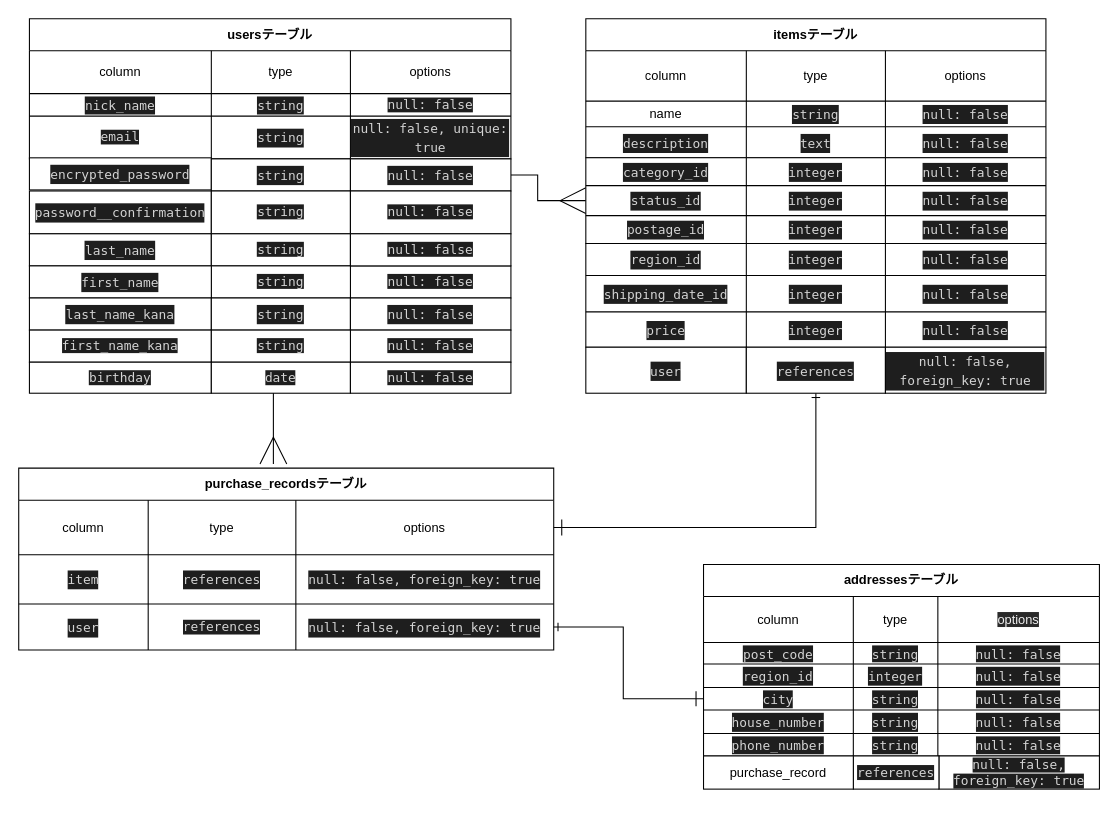
Above: test.dio in Evoke0118/furima-32390 (draw.io), before the change. Source tidied: cells renumbered, new cells numbered last; positions are measured from the earlier drawing's top-left corner, leaving out a move shared by most shapes. Both pictures are drawn from the tidied source at 107%, with x=0, y=0 at pixel (18, 18).
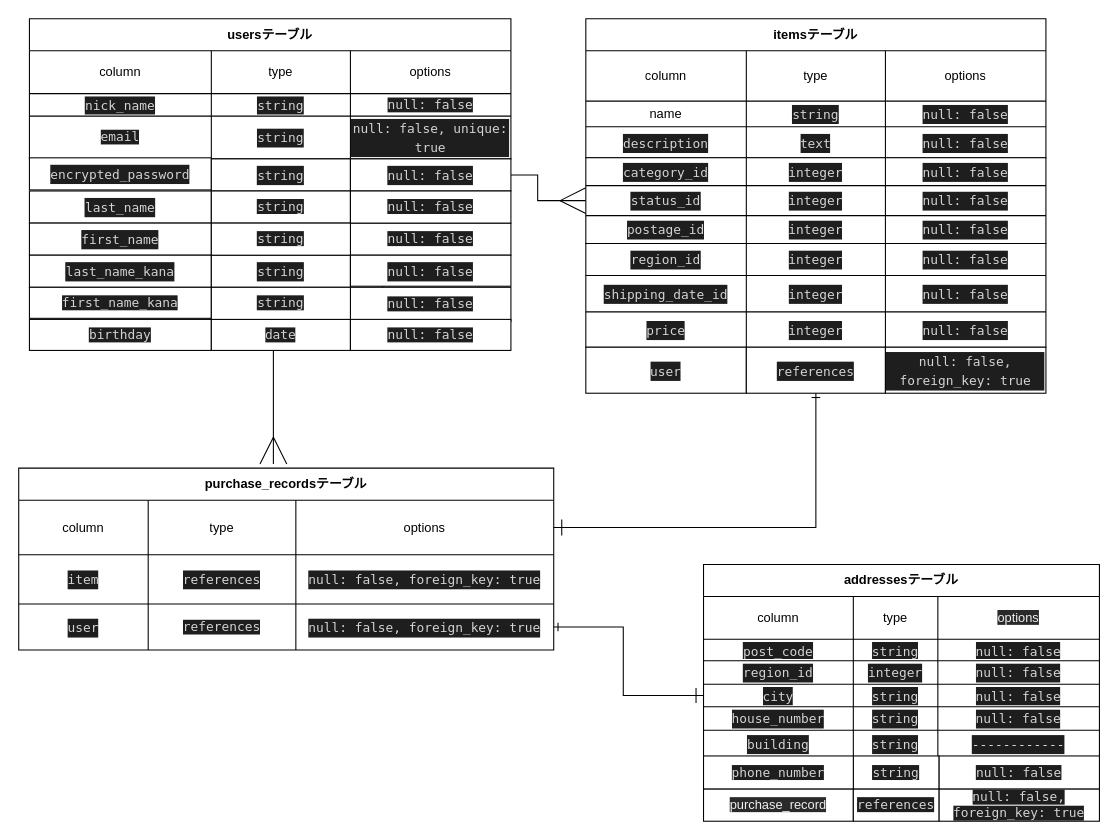
The same page after the edit.

Commit message (it also covers changes not shown here):
データベース設計４

The change refers to these unchanged cells:
```xml
<mxCell id="15" value="purchase_recordsテーブル" style="shape=table;html=1;whiteSpace=wrap;startSize=30;childLayout=tableLayout;fontStyle=1;align=center;" parent="1" vertex="1">
  <mxGeometry y="420" width="500" height="170" as="geometry" />
</mxCell>
<mxCell id="16" style="shape=partialRectangle;html=1;whiteSpace=wrap;fillColor=none;top=0;left=0;bottom=0;right=0;points=[[0,0.5],[1,0.5]];portConstraint=eastwest;" parent="15" vertex="1">
  <mxGeometry y="30" width="500" height="51" as="geometry" />
</mxCell>
<mxCell id="99" value="&lt;div style=&quot;color: rgb(212 , 212 , 212) ; background-color: rgb(30 , 30 , 30) ; font-family: &amp;#34;menlo&amp;#34; , &amp;#34;monaco&amp;#34; , &amp;#34;courier new&amp;#34; , monospace ; line-height: 18px&quot;&gt;references&lt;br&gt;&lt;/div&gt;" style="rounded=0;whiteSpace=wrap;html=1;" parent="1" vertex="1">
  <mxGeometry x="680" y="307" width="130" height="43" as="geometry" />
</mxCell>
```

Diff of the diagram source:
```diff
@@
     <mxCell id="41" value="addressesテーブル" style="shape=table;html=1;whiteSpace=wrap;startSize=30;childLayout=tableLayout;fontStyle=1;align=center;" parent="1" vertex="1">
-      <mxGeometry x="640" y="510" width="370" height="179" as="geometry" />
+      <mxGeometry x="640" y="510" width="370" height="180" as="geometry" />
     </mxCell>
     <mxCell id="42" style="shape=partialRectangle;html=1;whiteSpace=wrap;fillColor=none;top=0;left=0;bottom=0;right=0;" parent="41" vertex="1">
-      <mxGeometry y="30" width="370" height="43" as="geometry" />
+      <mxGeometry y="30" width="370" height="40" as="geometry" />
     </mxCell>
     <mxCell id="43" value="&lt;span&gt;column&lt;/span&gt;" style="shape=partialRectangle;html=1;whiteSpace=wrap;fillColor=none;top=0;left=0;bottom=0;right=0;overflow=hidden;" parent="42" vertex="1">
-      <mxGeometry width="140" height="43" as="geometry" />
+      <mxGeometry width="140" height="40" as="geometry" />
     </mxCell>
     <mxCell id="44" value="&lt;span&gt;type&lt;/span&gt;" style="shape=partialRectangle;html=1;whiteSpace=wrap;fillColor=none;top=0;left=0;bottom=0;right=0;overflow=hidden;" parent="42" vertex="1">
-      <mxGeometry x="140" width="79" height="43" as="geometry" />
+      <mxGeometry x="140" width="79" height="40" as="geometry" />
     </mxCell>
     <mxCell id="45" value="&lt;span style=&quot;color: rgb(240, 240, 240); font-family: helvetica; font-size: 12px; font-style: normal; font-weight: 400; letter-spacing: normal; text-align: center; text-indent: 0px; text-transform: none; word-spacing: 0px; background-color: rgb(42, 42, 42); display: inline; float: none;&quot;&gt;options&lt;/span&gt;" style="shape=partialRectangle;html=1;whiteSpace=wrap;fillColor=none;top=0;left=0;bottom=0;right=0;overflow=hidden;" parent="42" vertex="1">
-      <mxGeometry x="219" width="151" height="43" as="geometry" />
+      <mxGeometry x="219" width="151" height="40" as="geometry" />
     </mxCell>
     <mxCell id="46" style="shape=partialRectangle;html=1;whiteSpace=wrap;fillColor=none;top=0;left=0;bottom=0;right=0;" parent="41" vertex="1">
-      <mxGeometry y="73" width="370" height="20" as="geometry" />
+      <mxGeometry y="70" width="370" height="20" as="geometry" />
     </mxCell>
@@
     <mxCell id="50" style="shape=partialRectangle;html=1;whiteSpace=wrap;fillColor=none;top=0;left=0;bottom=0;right=0;" parent="41" vertex="1">
-      <mxGeometry y="93" width="370" height="22" as="geometry" />
+      <mxGeometry y="90" width="370" height="22" as="geometry" />
     </mxCell>
@@
     <mxCell id="54" style="shape=partialRectangle;html=1;whiteSpace=wrap;fillColor=none;top=0;left=0;bottom=0;right=0;points=[[0,0.5],[1,0.5]];portConstraint=eastwest;" parent="41" vertex="1">
-      <mxGeometry y="115" width="370" height="21" as="geometry" />
+      <mxGeometry y="112" width="370" height="21" as="geometry" />
     </mxCell>
@@
     <mxCell id="58" style="shape=partialRectangle;html=1;whiteSpace=wrap;fillColor=none;top=0;left=0;bottom=0;right=0;" parent="41" vertex="1">
-      <mxGeometry y="136" width="370" height="22" as="geometry" />
+      <mxGeometry y="133" width="370" height="22" as="geometry" />
     </mxCell>
@@
     <mxCell id="62" style="shape=partialRectangle;html=1;whiteSpace=wrap;fillColor=none;top=0;left=0;bottom=0;right=0;" parent="41" vertex="1">
-      <mxGeometry y="158" width="370" height="21" as="geometry" />
+      <mxGeometry y="155" width="370" height="25" as="geometry" />
     </mxCell>
-    <mxCell id="63" value="&lt;div style=&quot;color: rgb(212 , 212 , 212) ; background-color: rgb(30 , 30 , 30) ; font-family: &amp;#34;menlo&amp;#34; , &amp;#34;monaco&amp;#34; , &amp;#34;courier new&amp;#34; , monospace ; line-height: 18px&quot;&gt;phone_number&lt;/div&gt;" style="shape=partialRectangle;html=1;whiteSpace=wrap;fillColor=none;top=0;left=0;bottom=0;right=0;overflow=hidden;" parent="62" vertex="1">
-      <mxGeometry width="140" height="21" as="geometry" />
+    <mxCell id="63" value="&lt;div style=&quot;color: rgb(212 , 212 , 212) ; background-color: rgb(30 , 30 , 30) ; font-family: &amp;#34;menlo&amp;#34; , &amp;#34;monaco&amp;#34; , &amp;#34;courier new&amp;#34; , monospace ; line-height: 18px&quot;&gt;&lt;div style=&quot;font-family: &amp;#34;menlo&amp;#34; , &amp;#34;monaco&amp;#34; , &amp;#34;courier new&amp;#34; , monospace ; line-height: 18px&quot;&gt;building&lt;/div&gt;&lt;/div&gt;" style="shape=partialRectangle;html=1;whiteSpace=wrap;fillColor=none;top=0;left=0;bottom=0;right=0;overflow=hidden;" parent="62" vertex="1">
+      <mxGeometry width="140" height="25" as="geometry" />
     </mxCell>
-    <mxCell id="64" value="&lt;div style=&quot;color: rgb(212 , 212 , 212) ; background-color: rgb(30 , 30 , 30) ; font-family: &amp;#34;menlo&amp;#34; , &amp;#34;monaco&amp;#34; , &amp;#34;courier new&amp;#34; , monospace ; line-height: 18px&quot;&gt;string&lt;/div&gt;" style="shape=partialRectangle;html=1;whiteSpace=wrap;fillColor=none;top=0;left=0;bottom=0;right=0;overflow=hidden;" parent="62" vertex="1">
-      <mxGeometry x="140" width="79" height="21" as="geometry" />
+    <mxCell id="64" value="&lt;div style=&quot;color: rgb(212 , 212 , 212) ; background-color: rgb(30 , 30 , 30) ; font-family: &amp;#34;menlo&amp;#34; , &amp;#34;monaco&amp;#34; , &amp;#34;courier new&amp;#34; , monospace ; line-height: 18px&quot;&gt;string&lt;br&gt;&lt;/div&gt;" style="shape=partialRectangle;html=1;whiteSpace=wrap;fillColor=none;top=0;left=0;bottom=0;right=0;overflow=hidden;" parent="62" vertex="1">
+      <mxGeometry x="140" width="79" height="25" as="geometry" />
     </mxCell>
-    <mxCell id="65" value="&lt;div style=&quot;color: rgb(212 , 212 , 212) ; background-color: rgb(30 , 30 , 30) ; font-family: &amp;#34;menlo&amp;#34; , &amp;#34;monaco&amp;#34; , &amp;#34;courier new&amp;#34; , monospace ; line-height: 18px&quot;&gt;null: false&lt;/div&gt;" style="shape=partialRectangle;html=1;whiteSpace=wrap;fillColor=none;top=0;left=0;bottom=0;right=0;overflow=hidden;" parent="62" vertex="1">
-      <mxGeometry x="219" width="151" height="21" as="geometry" />
+    <mxCell id="65" value="&lt;div style=&quot;color: rgb(212 , 212 , 212) ; background-color: rgb(30 , 30 , 30) ; font-family: &amp;#34;menlo&amp;#34; , &amp;#34;monaco&amp;#34; , &amp;#34;courier new&amp;#34; , monospace ; line-height: 18px&quot;&gt;------------&lt;/div&gt;" style="shape=partialRectangle;html=1;whiteSpace=wrap;fillColor=none;top=0;left=0;bottom=0;right=0;overflow=hidden;" parent="62" vertex="1">
+      <mxGeometry x="219" width="151" height="25" as="geometry" />
     </mxCell>
@@
-    <mxCell id="67" style="edgeStyle=orthogonalEdgeStyle;rounded=0;jettySize=auto;html=1;exitX=0.5;exitY=1;exitDx=0;exitDy=0;entryX=0.476;entryY=-0.023;entryDx=0;entryDy=0;entryPerimeter=0;startArrow=none;startFill=0;endArrow=ERmany;endFill=0;endSize=23;" parent="1" edge="1" source="116" target="15">
+    <mxCell id="67" style="edgeStyle=orthogonalEdgeStyle;rounded=0;jettySize=auto;html=1;exitX=0.5;exitY=1;exitDx=0;exitDy=0;entryX=0.476;entryY=-0.023;entryDx=0;entryDy=0;entryPerimeter=0;startArrow=none;startFill=0;endArrow=ERmany;endFill=0;endSize=23;" parent="1" edge="1" source="115" target="15">
       <mxGeometry relative="1" as="geometry">
         <Array as="points">
-          <mxPoint x="245" y="200" />
           <mxPoint x="340" y="200" />
           <mxPoint x="340" y="260" />
           <mxPoint x="238" y="260" />
         </Array>
       </mxGeometry>
     </mxCell>
@@
     <mxCell id="98" style="edgeStyle=orthogonalEdgeStyle;rounded=0;jettySize=auto;html=1;exitX=0.5;exitY=1;exitDx=0;exitDy=0;endArrow=ERone;endFill=0;endSize=13;entryX=1;entryY=0.5;entryDx=0;entryDy=0;startArrow=ERone;startFill=0;targetPerimeterSpacing=23;sourcePerimeterSpacing=15;" parent="1" edge="1" source="99" target="16">
-      <mxGeometry relative="1" as="geometry" />
+      <mxGeometry relative="1" as="geometry">
+        <Array as="points">
+          <mxPoint x="745" y="476" />
+        </Array>
+      </mxGeometry>
     </mxCell>
@@
-    <mxCell id="101" value="&lt;div style=&quot;color: rgb(212 , 212 , 212) ; background-color: rgb(30 , 30 , 30) ; font-family: &amp;#34;menlo&amp;#34; , &amp;#34;monaco&amp;#34; , &amp;#34;courier new&amp;#34; , monospace ; line-height: 18px&quot;&gt;password__confirmation&lt;/div&gt;" style="rounded=0;whiteSpace=wrap;html=1;" parent="1" vertex="1">
-      <mxGeometry x="10" y="161" width="170" height="40" as="geometry" />
-    </mxCell>
-    <mxCell id="102" value="&lt;span style=&quot;color: rgb(212, 212, 212); font-family: menlo, monaco, &amp;quot;courier new&amp;quot;, monospace; font-size: 12px; font-style: normal; font-weight: 400; letter-spacing: normal; text-align: center; text-indent: 0px; text-transform: none; word-spacing: 0px; background-color: rgb(30, 30, 30); display: inline; float: none;&quot;&gt;string&lt;/span&gt;" style="rounded=0;whiteSpace=wrap;html=1;" parent="1" vertex="1">
-      <mxGeometry x="180" y="161" width="130" height="40" as="geometry" />
-    </mxCell>
-    <mxCell id="103" value="&lt;span style=&quot;color: rgb(212 , 212 , 212) ; font-family: &amp;#34;menlo&amp;#34; , &amp;#34;monaco&amp;#34; , &amp;#34;courier new&amp;#34; , monospace ; background-color: rgb(30 , 30 , 30)&quot;&gt;null: false&lt;/span&gt;" style="rounded=0;whiteSpace=wrap;html=1;" parent="1" vertex="1">
-      <mxGeometry x="310" y="161" width="150" height="40" as="geometry" />
-    </mxCell>
     <mxCell id="104" value="&lt;div style=&quot;color: rgb(212 , 212 , 212) ; background-color: rgb(30 , 30 , 30) ; font-family: &amp;#34;menlo&amp;#34; , &amp;#34;monaco&amp;#34; , &amp;#34;courier new&amp;#34; , monospace ; line-height: 18px&quot;&gt;last_name&lt;/div&gt;" style="rounded=0;whiteSpace=wrap;html=1;" parent="1" vertex="1">
-      <mxGeometry x="10" y="201" width="170" height="30" as="geometry" />
+      <mxGeometry x="10" y="161" width="170" height="30" as="geometry" />
     </mxCell>
-    <mxCell id="105" style="edgeStyle=orthogonalEdgeStyle;rounded=0;jettySize=auto;html=1;exitX=0;exitY=0.5;exitDx=0;exitDy=0;entryX=1;entryY=0.5;entryDx=0;entryDy=0;" parent="1" edge="1" source="106" target="104">
-      <mxGeometry relative="1" as="geometry" />
-    </mxCell>
     <mxCell id="106" value="&lt;span style=&quot;color: rgb(212 , 212 , 212) ; font-family: &amp;#34;menlo&amp;#34; , &amp;#34;monaco&amp;#34; , &amp;#34;courier new&amp;#34; , monospace ; background-color: rgb(30 , 30 , 30)&quot;&gt;string&lt;/span&gt;" style="rounded=0;whiteSpace=wrap;html=1;" parent="1" vertex="1">
-      <mxGeometry x="180" y="201" width="130" height="30" as="geometry" />
+      <mxGeometry x="180" y="161" width="130" height="30" as="geometry" />
     </mxCell>
     <mxCell id="107" value="&lt;span style=&quot;color: rgb(212, 212, 212); font-family: menlo, monaco, &amp;quot;courier new&amp;quot;, monospace; font-size: 12px; font-style: normal; font-weight: 400; letter-spacing: normal; text-align: center; text-indent: 0px; text-transform: none; word-spacing: 0px; background-color: rgb(30, 30, 30); display: inline; float: none;&quot;&gt;null: false&lt;/span&gt;" style="rounded=0;whiteSpace=wrap;html=1;" parent="1" vertex="1">
-      <mxGeometry x="310" y="231" width="150" height="30" as="geometry" />
+      <mxGeometry x="310" y="191" width="150" height="30" as="geometry" />
     </mxCell>
-    <mxCell id="108" value="&lt;span style=&quot;color: rgb(212 , 212 , 212) ; font-family: &amp;#34;menlo&amp;#34; , &amp;#34;monaco&amp;#34; , &amp;#34;courier new&amp;#34; , monospace ; background-color: rgb(30 , 30 , 30)&quot;&gt;string&lt;/span&gt;" style="rounded=0;whiteSpace=wrap;html=1;" parent="1" vertex="1">
-      <mxGeometry x="180" y="231" width="130" height="30" as="geometry" />
-    </mxCell>
     <mxCell id="109" value="&lt;div style=&quot;color: rgb(212 , 212 , 212) ; background-color: rgb(30 , 30 , 30) ; font-family: &amp;#34;menlo&amp;#34; , &amp;#34;monaco&amp;#34; , &amp;#34;courier new&amp;#34; , monospace ; line-height: 18px&quot;&gt;&lt;div style=&quot;font-family: &amp;#34;menlo&amp;#34; , &amp;#34;monaco&amp;#34; , &amp;#34;courier new&amp;#34; , monospace ; line-height: 18px&quot;&gt;first_name&lt;/div&gt;&lt;/div&gt;" style="rounded=0;whiteSpace=wrap;html=1;" parent="1" vertex="1">
-      <mxGeometry x="10" y="231" width="170" height="30" as="geometry" />
+      <mxGeometry x="10" y="191" width="170" height="30" as="geometry" />
     </mxCell>
     <mxCell id="110" value="&lt;div style=&quot;color: rgb(212 , 212 , 212) ; background-color: rgb(30 , 30 , 30) ; font-family: &amp;#34;menlo&amp;#34; , &amp;#34;monaco&amp;#34; , &amp;#34;courier new&amp;#34; , monospace ; font-weight: normal ; font-size: 12px ; line-height: 18px&quot;&gt;&lt;div style=&quot;font-family: &amp;#34;menlo&amp;#34; , &amp;#34;monaco&amp;#34; , &amp;#34;courier new&amp;#34; , monospace ; line-height: 18px&quot;&gt;last_name_kana&lt;br&gt;&lt;/div&gt;&lt;/div&gt;" style="rounded=0;whiteSpace=wrap;html=1;" parent="1" vertex="1">
-      <mxGeometry x="10" y="261" width="170" height="30" as="geometry" />
+      <mxGeometry x="10" y="221" width="170" height="30" as="geometry" />
     </mxCell>
     <mxCell id="111" value="&lt;div style=&quot;color: rgb(212 , 212 , 212) ; background-color: rgb(30 , 30 , 30) ; font-family: &amp;#34;menlo&amp;#34; , &amp;#34;monaco&amp;#34; , &amp;#34;courier new&amp;#34; , monospace ; line-height: 18px&quot;&gt;string&lt;br&gt;&lt;/div&gt;" style="rounded=0;whiteSpace=wrap;html=1;" parent="1" vertex="1">
-      <mxGeometry x="180" y="261" width="130" height="30" as="geometry" />
+      <mxGeometry x="180" y="221" width="130" height="30" as="geometry" />
     </mxCell>
     <mxCell id="112" value="&lt;div style=&quot;color: rgb(212, 212, 212); background-color: rgb(30, 30, 30); font-family: menlo, monaco, &amp;quot;courier new&amp;quot;, monospace; font-weight: normal; font-size: 12px; line-height: 18px;&quot;&gt;&lt;div&gt;&lt;span style=&quot;color: #d4d4d4&quot;&gt;null: false&lt;/span&gt;&lt;/div&gt;&lt;/div&gt;" style="rounded=0;whiteSpace=wrap;html=1;" parent="1" vertex="1">
-      <mxGeometry x="310" y="261" width="150" height="30" as="geometry" />
+      <mxGeometry x="310" y="221" width="150" height="29" as="geometry" />
     </mxCell>
     <mxCell id="113" value="&lt;span style=&quot;color: rgb(212 , 212 , 212) ; font-family: &amp;#34;menlo&amp;#34; , &amp;#34;monaco&amp;#34; , &amp;#34;courier new&amp;#34; , monospace ; background-color: rgb(30 , 30 , 30)&quot;&gt;first_name_kana&lt;/span&gt;" style="rounded=0;whiteSpace=wrap;html=1;" parent="1" vertex="1">
-      <mxGeometry x="10" y="291" width="170" height="30" as="geometry" />
+      <mxGeometry x="10" y="251" width="170" height="29" as="geometry" />
     </mxCell>
     <mxCell id="114" value="&lt;span style=&quot;color: rgb(212 , 212 , 212) ; font-family: &amp;#34;menlo&amp;#34; , &amp;#34;monaco&amp;#34; , &amp;#34;courier new&amp;#34; , monospace ; background-color: rgb(30 , 30 , 30)&quot;&gt;null: false&lt;/span&gt;" style="rounded=0;whiteSpace=wrap;html=1;" parent="1" vertex="1">
-      <mxGeometry x="310" y="291" width="150" height="30" as="geometry" />
+      <mxGeometry x="310" y="251" width="150" height="32" as="geometry" />
     </mxCell>
-    <mxCell id="115" value="&lt;span style=&quot;color: rgb(212 , 212 , 212) ; font-family: &amp;#34;menlo&amp;#34; , &amp;#34;monaco&amp;#34; , &amp;#34;courier new&amp;#34; , monospace ; background-color: rgb(30 , 30 , 30)&quot;&gt;string&lt;/span&gt;" style="rounded=0;whiteSpace=wrap;html=1;" parent="1" vertex="1">
-      <mxGeometry x="180" y="291" width="130" height="30" as="geometry" />
-    </mxCell>
     <mxCell id="116" value="&lt;span style=&quot;color: rgb(212 , 212 , 212) ; font-family: &amp;#34;menlo&amp;#34; , &amp;#34;monaco&amp;#34; , &amp;#34;courier new&amp;#34; , monospace ; background-color: rgb(30 , 30 , 30)&quot;&gt;null: false&lt;/span&gt;" style="rounded=0;whiteSpace=wrap;html=1;" parent="1" vertex="1">
-      <mxGeometry x="310" y="201" width="150" height="30" as="geometry" />
+      <mxGeometry x="310" y="161" width="150" height="30" as="geometry" />
     </mxCell>
     <mxCell id="117" value="&lt;span style=&quot;color: rgb(212 , 212 , 212) ; font-family: &amp;#34;menlo&amp;#34; , &amp;#34;monaco&amp;#34; , &amp;#34;courier new&amp;#34; , monospace ; background-color: rgb(30 , 30 , 30)&quot;&gt;birthday&lt;/span&gt;" style="rounded=0;whiteSpace=wrap;html=1;" parent="1" vertex="1">
-      <mxGeometry x="10" y="321" width="170" height="29" as="geometry" />
+      <mxGeometry x="10" y="281" width="170" height="29" as="geometry" />
     </mxCell>
     <mxCell id="118" value="&lt;span style=&quot;color: rgb(212 , 212 , 212) ; font-family: &amp;#34;menlo&amp;#34; , &amp;#34;monaco&amp;#34; , &amp;#34;courier new&amp;#34; , monospace ; background-color: rgb(30 , 30 , 30)&quot;&gt;date&lt;/span&gt;" style="rounded=0;whiteSpace=wrap;html=1;" parent="1" vertex="1">
-      <mxGeometry x="180" y="321" width="130" height="29" as="geometry" />
+      <mxGeometry x="180" y="281" width="130" height="29" as="geometry" />
     </mxCell>
     <mxCell id="119" value="&lt;span style=&quot;color: rgb(212 , 212 , 212) ; font-family: &amp;#34;menlo&amp;#34; , &amp;#34;monaco&amp;#34; , &amp;#34;courier new&amp;#34; , monospace ; background-color: rgb(30 , 30 , 30)&quot;&gt;null: false&lt;/span&gt;" style="rounded=0;whiteSpace=wrap;html=1;" parent="1" vertex="1">
-      <mxGeometry x="310" y="321" width="150" height="29" as="geometry" />
+      <mxGeometry x="310" y="281" width="150" height="29" as="geometry" />
     </mxCell>
@@
-    <mxCell id="121" value="&lt;span style=&quot;color: rgb(212, 212, 212); font-family: menlo, monaco, &amp;quot;courier new&amp;quot;, monospace; font-size: 12px; font-style: normal; font-weight: 400; letter-spacing: normal; text-align: center; text-indent: 0px; text-transform: none; word-spacing: 0px; background-color: rgb(30, 30, 30); display: inline; float: none;&quot;&gt;null: false, foreign_key: true&lt;/span&gt;" style="rounded=0;whiteSpace=wrap;html=1;" parent="1" vertex="1">
+    <mxCell id="121" value="&lt;span style=&quot;color: rgb(212 , 212 , 212) ; font-family: &amp;#34;menlo&amp;#34; , &amp;#34;monaco&amp;#34; , &amp;#34;courier new&amp;#34; , monospace ; background-color: rgb(30 , 30 , 30)&quot;&gt;null: false&lt;/span&gt;" style="rounded=0;whiteSpace=wrap;html=1;" parent="1" vertex="1">
       <mxGeometry x="860" y="689" width="150" height="31" as="geometry" />
     </mxCell>
-    <mxCell id="122" value="&lt;span style=&quot;color: rgb(212 , 212 , 212) ; font-family: &amp;#34;menlo&amp;#34; , &amp;#34;monaco&amp;#34; , &amp;#34;courier new&amp;#34; , monospace ; background-color: rgb(30 , 30 , 30)&quot;&gt;references&lt;/span&gt;" style="rounded=0;whiteSpace=wrap;html=1;" parent="1" vertex="1">
+    <mxCell id="122" value="&lt;span style=&quot;color: rgb(212 , 212 , 212) ; font-family: &amp;#34;menlo&amp;#34; , &amp;#34;monaco&amp;#34; , &amp;#34;courier new&amp;#34; , monospace ; background-color: rgb(30 , 30 , 30)&quot;&gt;string&lt;/span&gt;" style="rounded=0;whiteSpace=wrap;html=1;" parent="1" vertex="1">
       <mxGeometry x="780" y="689" width="80" height="31" as="geometry" />
     </mxCell>
-    <mxCell id="123" value="purchase_record" style="rounded=0;whiteSpace=wrap;html=1;" parent="1" vertex="1">
+    <mxCell id="123" value="&lt;span style=&quot;color: rgb(212, 212, 212); font-family: menlo, monaco, &amp;quot;courier new&amp;quot;, monospace; font-size: 12px; font-style: normal; font-weight: 400; letter-spacing: normal; text-align: center; text-indent: 0px; text-transform: none; word-spacing: 0px; background-color: rgb(30, 30, 30); display: inline; float: none;&quot;&gt;phone_number&lt;/span&gt;" style="rounded=0;whiteSpace=wrap;html=1;" parent="1" vertex="1">
       <mxGeometry x="640" y="689" width="140" height="31" as="geometry" />
     </mxCell>
+    <mxCell id="124" value="&lt;span style=&quot;color: rgb(240, 240, 240); font-family: helvetica; font-size: 12px; font-style: normal; font-weight: 400; letter-spacing: normal; text-align: center; text-indent: 0px; text-transform: none; word-spacing: 0px; background-color: rgb(42, 42, 42); display: inline; float: none;&quot;&gt;purchase_record&lt;/span&gt;" style="rounded=0;whiteSpace=wrap;html=1;" parent="1" vertex="1">
+      <mxGeometry x="640" y="720" width="140" height="30" as="geometry" />
+    </mxCell>
+    <mxCell id="125" value="&lt;span style=&quot;color: rgb(212 , 212 , 212) ; font-family: &amp;#34;menlo&amp;#34; , &amp;#34;monaco&amp;#34; , &amp;#34;courier new&amp;#34; , monospace ; background-color: rgb(30 , 30 , 30)&quot;&gt;null: false, foreign_key: true&lt;/span&gt;" style="rounded=0;whiteSpace=wrap;html=1;" parent="1" vertex="1">
+      <mxGeometry x="860" y="720" width="150" height="30" as="geometry" />
+    </mxCell>
+    <mxCell id="126" value="&lt;span style=&quot;color: rgb(212 , 212 , 212) ; font-family: &amp;#34;menlo&amp;#34; , &amp;#34;monaco&amp;#34; , &amp;#34;courier new&amp;#34; , monospace ; background-color: rgb(30 , 30 , 30)&quot;&gt;references&lt;/span&gt;" style="rounded=0;whiteSpace=wrap;html=1;" parent="1" vertex="1">
+      <mxGeometry x="780" y="720" width="80" height="30" as="geometry" />
+    </mxCell>
+    <mxCell id="108" value="&lt;span style=&quot;color: rgb(212 , 212 , 212) ; font-family: &amp;#34;menlo&amp;#34; , &amp;#34;monaco&amp;#34; , &amp;#34;courier new&amp;#34; , monospace ; background-color: rgb(30 , 30 , 30)&quot;&gt;string&lt;/span&gt;" style="rounded=0;whiteSpace=wrap;html=1;" parent="1" vertex="1">
+      <mxGeometry x="180" y="191" width="130" height="30" as="geometry" />
+    </mxCell>
+    <mxCell id="115" value="&lt;span style=&quot;color: rgb(212 , 212 , 212) ; font-family: &amp;#34;menlo&amp;#34; , &amp;#34;monaco&amp;#34; , &amp;#34;courier new&amp;#34; , monospace ; background-color: rgb(30 , 30 , 30)&quot;&gt;string&lt;/span&gt;" style="rounded=0;whiteSpace=wrap;html=1;" parent="1" vertex="1">
+      <mxGeometry x="180" y="251" width="130" height="30" as="geometry" />
+    </mxCell>
```
